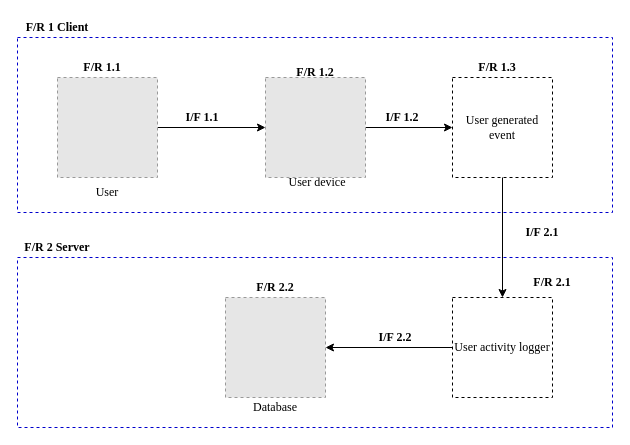
Above: img/Chapter2/SystemA_Architecture_Diagram/SystemA_Architecture_Diagram.drawio in CorrieScheepers/Masters (draw.io), before the change. Source tidied: cells renumbered, new cells numbered last; positions are measured from the earlier drawing's top-left corner, leaving out a move shared by most shapes. Both pictures are drawn from the tidied source at 100%, with x=0, y=0 at pixel (17, 17). Pictures stored in the file or linked from it are replaced by grey dashed boxes.
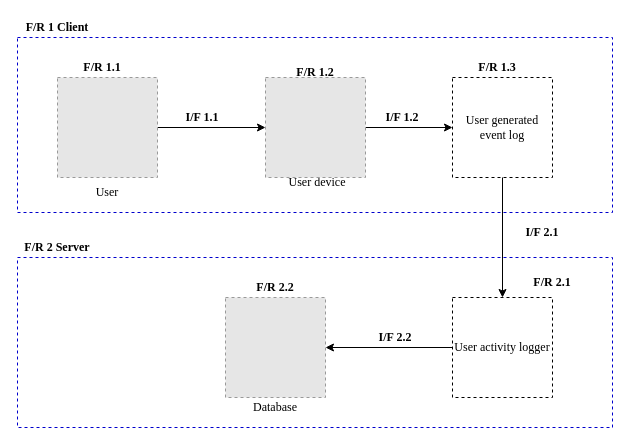
The same page after the edit.

Change to the diagram source:
```diff
@@
-    <mxCell id="9" value="User generated event" style="whiteSpace=wrap;html=1;fillColor=none;dashed=1;fontFamily=Times New Roman;" parent="1" vertex="1">
+    <mxCell id="9" value="User generated event log" style="whiteSpace=wrap;html=1;fillColor=none;dashed=1;fontFamily=Times New Roman;" parent="1" vertex="1">
       <mxGeometry x="435" y="60" width="100" height="100" as="geometry" />
     </mxCell>
```
